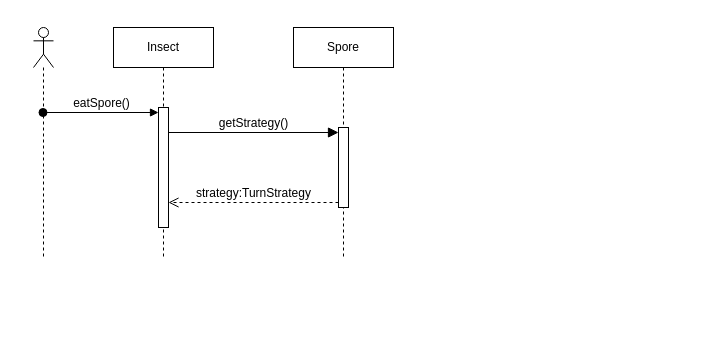
Before: page "InsectEat" (1 of 5) of SekvenciaDiagrammok.drawio in koharzsombor/bandITs, a draw.io diagram. Source tidied: cells renumbered, new cells numbered last; positions are measured from the earlier drawing's top-left corner, leaving out a move shared by most shapes. Both pictures are drawn from the tidied source at 100%, with x=0, y=0 at pixel (33, 27).
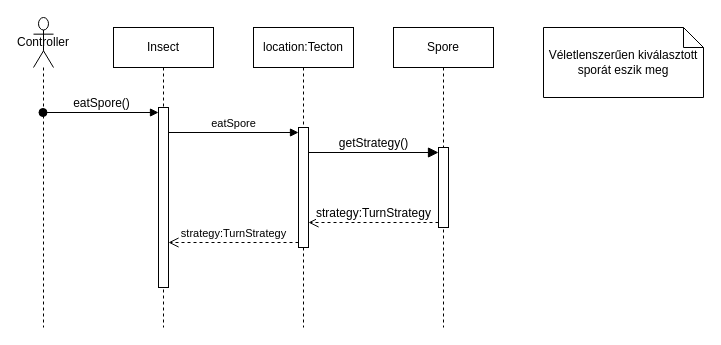
The same page after the edit.

What changed in the source:
```diff
@@
 <mxGraphModel>
   <root>
-    <mxCell id="0" />
-    <mxCell id="1" parent="0" />
+    <mxCell id="10" />
+    <mxCell id="11" parent="10" />
-    <mxCell id="2" value="Insect" style="shape=umlLifeline;perimeter=lifelinePerimeter;whiteSpace=wrap;html=1;newEdgeStyle={&quot;curved&quot;:0,&quot;rounded&quot;:0};" parent="1" vertex="1">
-      <mxGeometry x="80" width="100" height="230" as="geometry" />
+    <mxCell id="2" value="Insect" style="shape=umlLifeline;perimeter=lifelinePerimeter;whiteSpace=wrap;html=1;newEdgeStyle={&quot;curved&quot;:0,&quot;rounded&quot;:0};" parent="11" vertex="1">
+      <mxGeometry x="80" width="100" height="300" as="geometry" />
     </mxCell>
-    <mxCell id="3" style="html=1;points=[[0,0,0,0,5],[0,1,0,0,-5],[1,0,0,0,5],[1,1,0,0,-5]];perimeter=orthogonalPerimeter;outlineConnect=0;targetShapes=umlLifeline;portConstraint=eastwest;newEdgeStyle={&quot;curved&quot;:0,&quot;rounded&quot;:0};" parent="2" vertex="1">
-      <mxGeometry x="45" y="80" width="10" height="120" as="geometry" />
-    </mxCell>
+    <mxCell id="12" style="html=1;points=[[0,0,0,0,5],[0,1,0,0,-5],[1,0,0,0,5],[1,1,0,0,-5]];perimeter=orthogonalPerimeter;outlineConnect=0;targetShapes=umlLifeline;portConstraint=eastwest;newEdgeStyle={&quot;curved&quot;:0,&quot;rounded&quot;:0};" parent="2" vertex="1">
+      <mxGeometry x="45" y="80" width="10" height="180" as="geometry" />
+    </mxCell>
-    <mxCell id="4" value="Spore" style="shape=umlLifeline;perimeter=lifelinePerimeter;whiteSpace=wrap;html=1;newEdgeStyle={&quot;curved&quot;:0,&quot;rounded&quot;:0};" parent="1" vertex="1">
-      <mxGeometry x="260" width="100" height="230" as="geometry" />
+    <mxCell id="4" value="Spore" style="shape=umlLifeline;perimeter=lifelinePerimeter;whiteSpace=wrap;html=1;newEdgeStyle={&quot;curved&quot;:0,&quot;rounded&quot;:0};" parent="11" vertex="1">
+      <mxGeometry x="360" width="100" height="300" as="geometry" />
     </mxCell>
-    <mxCell id="5" style="html=1;points=[[0,0,0,0,5],[0,1,0,0,-5],[1,0,0,0,5],[1,1,0,0,-5]];perimeter=orthogonalPerimeter;outlineConnect=0;targetShapes=umlLifeline;portConstraint=eastwest;newEdgeStyle={&quot;curved&quot;:0,&quot;rounded&quot;:0};" parent="4" vertex="1">
-      <mxGeometry x="45" y="100" width="10" height="80" as="geometry" />
-    </mxCell>
+    <mxCell id="13" style="html=1;points=[[0,0,0,0,5],[0,1,0,0,-5],[1,0,0,0,5],[1,1,0,0,-5]];perimeter=orthogonalPerimeter;outlineConnect=0;targetShapes=umlLifeline;portConstraint=eastwest;newEdgeStyle={&quot;curved&quot;:0,&quot;rounded&quot;:0};" parent="4" vertex="1">
+      <mxGeometry x="45" y="120" width="10" height="80" as="geometry" />
+    </mxCell>
-    <mxCell id="6" value="getStrategy()" style="html=1;verticalAlign=bottom;endArrow=block;curved=0;rounded=0;entryX=0;entryY=0;entryDx=0;entryDy=5;fontSize=12;startSize=8;endSize=8;" parent="1" edge="1" source="3" target="5">
+    <mxCell id="6" value="getStrategy()" style="html=1;verticalAlign=bottom;endArrow=block;curved=0;rounded=0;entryX=0;entryY=0;entryDx=0;entryDy=5;fontSize=12;startSize=8;endSize=8;" parent="11" edge="1" source="16" target="13">
       <mxGeometry relative="1" as="geometry" />
     </mxCell>
-    <mxCell id="7" value="strategy:TurnStrategy" style="html=1;verticalAlign=bottom;endArrow=open;dashed=1;endSize=8;curved=0;rounded=0;exitX=0;exitY=1;exitDx=0;exitDy=-5;fontSize=12;" parent="1" edge="1" source="5" target="3">
+    <mxCell id="7" value="strategy:TurnStrategy" style="html=1;verticalAlign=bottom;endArrow=open;dashed=1;endSize=8;curved=0;rounded=0;exitX=0;exitY=1;exitDx=0;exitDy=-5;fontSize=12;" parent="11" edge="1" source="13" target="16">
       <mxGeometry relative="1" as="geometry" />
     </mxCell>
-    <mxCell id="8" style="shape=umlLifeline;perimeter=lifelinePerimeter;whiteSpace=wrap;html=1;outlineConnect=0;portConstraint=eastwest;newEdgeStyle={&quot;curved&quot;:0,&quot;rounded&quot;:0};participant=umlActor;" parent="1" vertex="1">
-      <mxGeometry width="20" height="230" as="geometry" />
-    </mxCell>
+    <mxCell id="14" value="Controller" style="shape=umlLifeline;perimeter=lifelinePerimeter;whiteSpace=wrap;html=1;outlineConnect=0;portConstraint=eastwest;newEdgeStyle={&quot;curved&quot;:0,&quot;rounded&quot;:0};participant=umlActor;size=50;" parent="11" vertex="1">
+      <mxGeometry y="-10" width="20" height="310" as="geometry" />
+    </mxCell>
-    <mxCell id="9" value="eatSpore()" style="html=1;verticalAlign=bottom;startArrow=oval;endArrow=block;startSize=8;curved=0;rounded=0;entryX=0;entryY=0;entryDx=0;entryDy=5;fontSize=12;" parent="1" edge="1" source="8" target="3">
+    <mxCell id="9" value="eatSpore()" style="html=1;verticalAlign=bottom;startArrow=oval;endArrow=block;startSize=8;curved=0;rounded=0;entryX=0;entryY=0;entryDx=0;entryDy=5;fontSize=12;" parent="11" edge="1" source="14" target="12">
       <mxGeometry relative="1" as="geometry" />
     </mxCell>
+    <mxCell id="15" value="location:Tecton" style="shape=umlLifeline;perimeter=lifelinePerimeter;whiteSpace=wrap;html=1;newEdgeStyle={&quot;curved&quot;:0,&quot;rounded&quot;:0};" parent="11" vertex="1">
+      <mxGeometry x="220" width="100" height="300" as="geometry" />
+    </mxCell>
+    <mxCell id="16" style="html=1;points=[[0,0,0,0,5],[0,1,0,0,-5],[1,0,0,0,5],[1,1,0,0,-5]];perimeter=orthogonalPerimeter;outlineConnect=0;targetShapes=umlLifeline;portConstraint=eastwest;newEdgeStyle={&quot;curved&quot;:0,&quot;rounded&quot;:0};" parent="15" vertex="1">
+      <mxGeometry x="45" y="100" width="10" height="120" as="geometry" />
+    </mxCell>
+    <mxCell id="17" value="strategy:TurnStrategy" style="html=1;verticalAlign=bottom;endArrow=open;dashed=1;endSize=8;curved=0;rounded=0;exitX=0;exitY=1;exitDx=0;exitDy=-5;" parent="11" edge="1" source="16" target="12">
+      <mxGeometry relative="1" as="geometry" />
+    </mxCell>
+    <mxCell id="18" value="eatSpore" style="html=1;verticalAlign=bottom;endArrow=block;curved=0;rounded=0;entryX=0;entryY=0;entryDx=0;entryDy=5;" parent="11" edge="1" source="12" target="16">
+      <mxGeometry relative="1" as="geometry" />
+    </mxCell>
+    <mxCell id="19" value="Véletlenszerűen kiválasztott sporát eszik meg" style="shape=note;size=20;whiteSpace=wrap;html=1;" parent="11" vertex="1">
+      <mxGeometry x="510" width="160" height="70" as="geometry" />
+    </mxCell>
   </root>
 </mxGraphModel>
```
